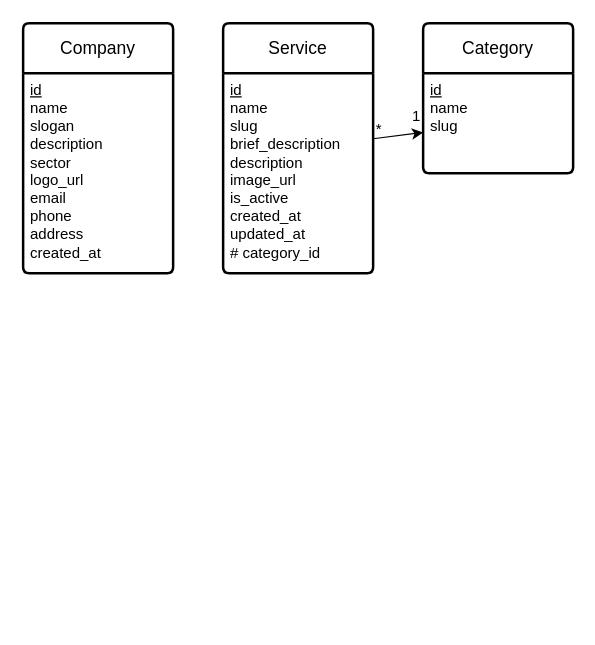
Before: docs/database/conception/mld/mld.drawio in Ghislain-KIMA/site-web-beobenere, a draw.io diagram. Source tidied: cells renumbered, new cells numbered last; positions are measured from the earlier drawing's top-left corner, leaving out a move shared by most shapes. Both pictures are drawn from the tidied source at 125%, with x=0, y=0 at pixel (22, 22).
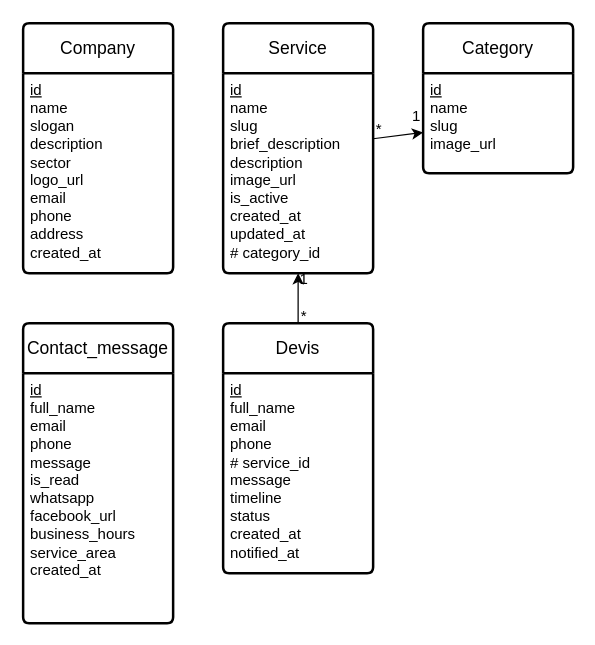
After the change.

Commit message (it also covers changes not shown here):
Documente les notifications de devis

What changed in the source:
```diff
@@
 <mxGraphModel>
   <root>
     <mxCell id="0" />
     <mxCell id="1" parent="0" />
     <mxCell id="2" value="Company" style="swimlane;horizontal=1;startSize=40;rounded=1;fontSize=14;fontStyle=0;strokeWidth=2;shadow=0;dashed=0;align=center;arcSize=4;whiteSpace=wrap;html=1;swimlaneFillColor=default;" parent="1" vertex="1">
       <mxGeometry width="120" height="200" as="geometry" />
     </mxCell>
     <mxCell id="3" value="&lt;div&gt;&lt;u&gt;id&lt;/u&gt;&lt;/div&gt;name&lt;div&gt;slogan&lt;/div&gt;&lt;div&gt;description&lt;/div&gt;&lt;div&gt;sector&lt;/div&gt;&lt;div&gt;logo_url&lt;/div&gt;&lt;div&gt;email&lt;/div&gt;&lt;div&gt;phone&lt;/div&gt;&lt;div&gt;address&lt;/div&gt;&lt;div&gt;created_at&lt;/div&gt;" style="align=left;strokeColor=none;fillColor=none;spacingLeft=4;spacingRight=4;fontSize=12;verticalAlign=top;html=1;whiteSpace=wrap;swimlaneFillColor=default;" parent="2" vertex="1">
       <mxGeometry y="40" width="120" height="160" as="geometry" />
     </mxCell>
     <mxCell id="4" style="rounded=0;jettySize=auto;html=1;" parent="1" edge="1" source="5" target="8">
       <mxGeometry relative="1" as="geometry" />
     </mxCell>
     <mxCell id="5" value="Service" style="swimlane;horizontal=1;startSize=40;rounded=1;fontSize=14;fontStyle=0;strokeWidth=2;shadow=0;dashed=0;align=center;arcSize=4;whiteSpace=wrap;html=1;swimlaneFillColor=default;" parent="1" vertex="1">
       <mxGeometry x="160" width="120" height="200" as="geometry" />
     </mxCell>
     <mxCell id="6" value="&lt;div&gt;&lt;u&gt;id&lt;/u&gt;&lt;/div&gt;name&lt;div&gt;slug&lt;/div&gt;&lt;div&gt;brief_description&lt;/div&gt;&lt;div&gt;description&lt;/div&gt;&lt;div&gt;image_url&lt;/div&gt;&lt;div&gt;is_active&lt;/div&gt;&lt;div&gt;created_at&lt;/div&gt;&lt;div&gt;updated_at&lt;/div&gt;&lt;div&gt;# category_id&lt;/div&gt;" style="align=left;strokeColor=none;fillColor=none;spacingLeft=4;spacingRight=4;fontSize=12;verticalAlign=top;html=1;whiteSpace=wrap;swimlaneFillColor=default;" parent="5" vertex="1">
       <mxGeometry y="40" width="120" height="160" as="geometry" />
     </mxCell>
     <mxCell id="7" value="Category" style="swimlane;horizontal=1;startSize=40;rounded=1;fontSize=14;fontStyle=0;strokeWidth=2;shadow=0;dashed=0;align=center;arcSize=4;whiteSpace=wrap;html=1;swimlaneFillColor=default;" parent="1" vertex="1">
       <mxGeometry x="320" width="120" height="120" as="geometry" />
     </mxCell>
-    <mxCell id="8" value="&lt;div&gt;&lt;u&gt;id&lt;/u&gt;&lt;/div&gt;name&lt;div&gt;slug&lt;/div&gt;" style="align=left;strokeColor=none;fillColor=none;spacingLeft=4;spacingRight=4;fontSize=12;verticalAlign=top;html=1;whiteSpace=wrap;swimlaneFillColor=default;" parent="7" vertex="1">
+    <mxCell id="8" value="&lt;div&gt;&lt;u&gt;id&lt;/u&gt;&lt;/div&gt;name&lt;div&gt;slug&lt;/div&gt;&lt;div&gt;image_url&lt;/div&gt;" style="align=left;strokeColor=none;fillColor=none;spacingLeft=4;spacingRight=4;fontSize=12;verticalAlign=top;html=1;whiteSpace=wrap;swimlaneFillColor=default;" parent="7" vertex="1">
       <mxGeometry y="40" width="120" height="80" as="geometry" />
     </mxCell>
     <mxCell id="9" value="1" style="text;html=1;whiteSpace=wrap;strokeColor=none;fillColor=none;align=center;verticalAlign=middle;rounded=0;" parent="1" vertex="1">
       <mxGeometry x="310" y="70" width="10" height="10" as="geometry" />
     </mxCell>
     <mxCell id="10" value="*" style="text;html=1;whiteSpace=wrap;strokeColor=none;fillColor=none;align=center;verticalAlign=middle;rounded=0;" parent="1" vertex="1">
       <mxGeometry x="280" y="80" width="10" height="10" as="geometry" />
     </mxCell>
+    <mxCell id="11" style="rounded=0;jettySize=auto;html=1;fontFamily=Helvetica;fontSize=12;fontColor=light-dark(#FFFFFF,#FFFFFF);" parent="1" edge="1" source="12" target="6">
+      <mxGeometry relative="1" as="geometry" />
+    </mxCell>
+    <mxCell id="12" value="Devis" style="swimlane;horizontal=1;startSize=40;rounded=1;fontSize=14;fontStyle=0;strokeWidth=2;shadow=0;dashed=0;align=center;arcSize=4;whiteSpace=wrap;html=1;swimlaneFillColor=default;" parent="1" vertex="1">
+      <mxGeometry x="160" y="240" width="120" height="200" as="geometry" />
+    </mxCell>
+    <mxCell id="13" value="&lt;div&gt;&lt;u&gt;id&lt;/u&gt;&lt;/div&gt;full_name&lt;div&gt;email&lt;/div&gt;&lt;div&gt;phone&lt;/div&gt;&lt;div&gt;# service_id&lt;/div&gt;&lt;div&gt;message&lt;/div&gt;&lt;div&gt;timeline&lt;/div&gt;&lt;div&gt;status&lt;/div&gt;&lt;div&gt;created_at&lt;/div&gt;&lt;div&gt;notified_at&lt;/div&gt;" style="align=left;strokeColor=none;fillColor=none;spacingLeft=4;spacingRight=4;fontSize=12;verticalAlign=top;html=1;whiteSpace=wrap;swimlaneFillColor=default;" parent="12" vertex="1">
+      <mxGeometry y="40" width="120" height="160" as="geometry" />
+    </mxCell>
+    <mxCell id="14" value="1" style="text;html=1;whiteSpace=wrap;strokeColor=none;fillColor=none;align=center;verticalAlign=middle;rounded=0;" parent="1" vertex="1">
+      <mxGeometry x="220" y="200" width="10" height="10" as="geometry" />
+    </mxCell>
+    <mxCell id="15" value="*" style="text;html=1;whiteSpace=wrap;strokeColor=none;fillColor=none;align=center;verticalAlign=middle;rounded=0;" parent="1" vertex="1">
+      <mxGeometry x="220" y="230" width="10" height="10" as="geometry" />
+    </mxCell>
+    <mxCell id="16" value="Contact_message" style="swimlane;horizontal=1;startSize=40;rounded=1;fontSize=14;fontStyle=0;strokeWidth=2;shadow=0;dashed=0;align=center;arcSize=4;whiteSpace=wrap;html=1;swimlaneFillColor=default;" parent="1" vertex="1">
+      <mxGeometry y="240" width="120" height="240" as="geometry" />
+    </mxCell>
+    <mxCell id="17" value="&lt;div&gt;&lt;u&gt;id&lt;/u&gt;&lt;/div&gt;full_name&lt;div&gt;email&lt;/div&gt;&lt;div&gt;phone&lt;/div&gt;&lt;div&gt;&lt;span style=&quot;background-color: transparent; color: light-dark(rgb(0, 0, 0), rgb(255, 255, 255));&quot;&gt;message&lt;/span&gt;&lt;/div&gt;&lt;div&gt;is_read&lt;/div&gt;&lt;div&gt;whatsapp&lt;/div&gt;&lt;div&gt;facebook_url&lt;/div&gt;&lt;div&gt;business_hours&lt;/div&gt;&lt;div&gt;service_area&lt;/div&gt;&lt;div&gt;created_at&lt;/div&gt;" style="align=left;strokeColor=none;fillColor=none;spacingLeft=4;spacingRight=4;fontSize=12;verticalAlign=top;html=1;whiteSpace=wrap;swimlaneFillColor=default;" parent="16" vertex="1">
+      <mxGeometry y="40" width="120" height="200" as="geometry" />
+    </mxCell>
   </root>
 </mxGraphModel>
```
